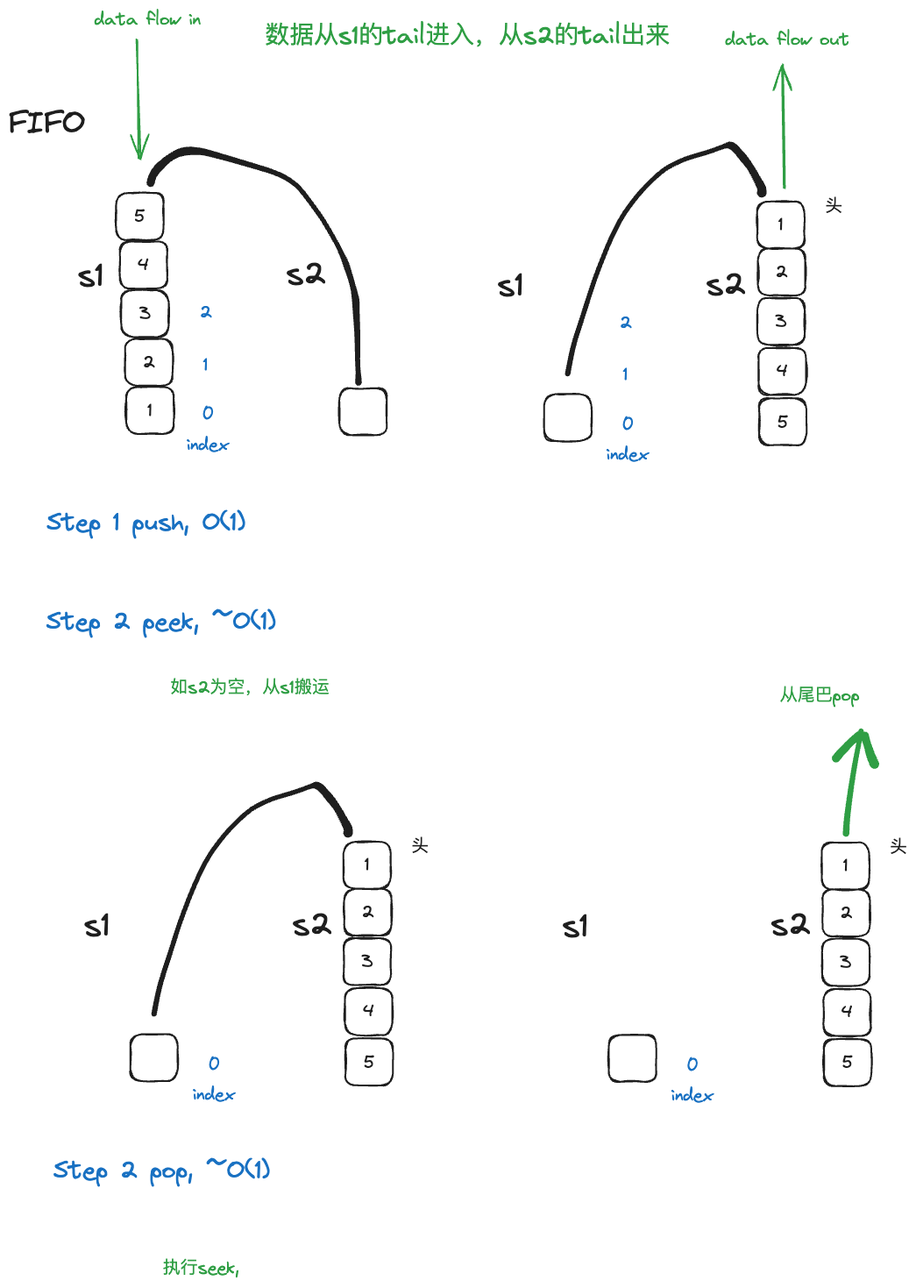
Above: leetcode_with_adam/docs/leetcode/232-implement-queue-using-stacks/assets/2.excalidraw.png in a4lamber/Leetcode (Excalidraw), before the change. Source tidied: one line per element, renumbered; positions are measured from the earlier drawing's top-left corner, leaving out a move shared by most shapes. Its diagram source:
```json
{"id": 0, "type": "rectangle", "strokeColor": "#1e1e1e", "strokeWidth": 2, "roughness": 1, "round": true, "x": 134, "y": 432, "width": 54, "height": 54}
{"id": 1, "type": "text", "text": "1", "strokeColor": "#1e1e1e", "strokeWidth": 2, "roughness": 1, "fontSize": 20, "fontFamily": 1, "textAlign": "center", "verticalAlign": "middle", "inside": 0, "x": 158, "y": 446, "width": 5, "height": 25}
{"id": 2, "type": "rectangle", "strokeColor": "#1e1e1e", "strokeWidth": 2, "roughness": 1, "round": true, "x": 133, "y": 376, "width": 54, "height": 54}
{"id": 3, "type": "text", "text": "2", "strokeColor": "#1e1e1e", "strokeWidth": 2, "roughness": 1, "fontSize": 20, "fontFamily": 1, "textAlign": "center", "verticalAlign": "middle", "inside": 2, "x": 153, "y": 391, "width": 14, "height": 25}
{"id": 4, "type": "rectangle", "strokeColor": "#1e1e1e", "strokeWidth": 2, "roughness": 1, "round": true, "x": 128, "y": 321, "width": 54, "height": 54}
{"id": 5, "type": "text", "text": "3", "strokeColor": "#1e1e1e", "strokeWidth": 2, "roughness": 1, "fontSize": 20, "fontFamily": 1, "textAlign": "center", "verticalAlign": "middle", "inside": 4, "x": 149, "y": 335, "width": 14, "height": 25}
{"id": 6, "type": "text", "text": "s1", "strokeColor": "#1e1e1e", "strokeWidth": 2, "roughness": 1, "fontSize": 36, "fontFamily": 1, "x": 79, "y": 283, "width": 29, "height": 45}
{"id": 7, "type": "text", "text": "FIFO", "strokeColor": "#1e1e1e", "strokeWidth": 1, "roughness": 1, "fontSize": 36, "fontFamily": 1, "x": 0, "y": 109, "width": 87, "height": 45}
{"id": 8, "type": "rectangle", "strokeColor": "#1e1e1e", "strokeWidth": 2, "roughness": 1, "round": true, "x": 377, "y": 433, "width": 54, "height": 54}
{"id": 9, "type": "text", "text": "s2", "strokeColor": "#1e1e1e", "strokeWidth": 2, "roughness": 1, "fontSize": 36, "fontFamily": 1, "x": 317, "y": 281, "width": 45, "height": 45}
{"id": 10, "type": "text", "text": "index", "strokeColor": "#1971c2", "strokeWidth": 1, "roughness": 1, "fontSize": 20, "fontFamily": 1, "x": 203, "y": 485, "width": 47, "height": 25}
{"id": 11, "type": "text", "text": "0", "strokeColor": "#1971c2", "strokeWidth": 1, "roughness": 1, "fontSize": 20, "fontFamily": 1, "x": 221, "y": 450, "width": 14, "height": 25}
{"id": 12, "type": "text", "text": "1", "strokeColor": "#1971c2", "strokeWidth": 1, "roughness": 1, "fontSize": 20, "fontFamily": 1, "x": 222, "y": 394, "width": 5, "height": 25}
{"id": 13, "type": "text", "text": "2", "strokeColor": "#1971c2", "strokeWidth": 1, "roughness": 1, "fontSize": 20, "fontFamily": 1, "x": 218, "y": 334, "width": 14, "height": 25}
{"id": 14, "type": "text", "text": "Step 1 push, O(1)\n\n", "strokeColor": "#1971c2", "strokeWidth": 1, "roughness": 1, "fontSize": 28, "fontFamily": 1, "x": 43, "y": 569, "width": 226, "height": 105}
{"id": 15, "type": "rectangle", "strokeColor": "#1e1e1e", "strokeWidth": 2, "roughness": 1, "round": true, "x": 854, "y": 220, "width": 54, "height": 54}
{"id": 16, "type": "text", "text": "1", "strokeColor": "#1e1e1e", "strokeWidth": 2, "roughness": 1, "fontSize": 20, "fontFamily": 1, "textAlign": "center", "verticalAlign": "middle", "inside": 15, "x": 878, "y": 234, "width": 5, "height": 25}
{"id": 17, "type": "rectangle", "strokeColor": "#1e1e1e", "strokeWidth": 2, "roughness": 1, "round": true, "x": 855, "y": 274, "width": 54, "height": 54}
{"id": 18, "type": "text", "text": "2", "strokeColor": "#1e1e1e", "strokeWidth": 2, "roughness": 1, "fontSize": 20, "fontFamily": 1, "textAlign": "center", "verticalAlign": "middle", "inside": 17, "x": 874, "y": 288, "width": 14, "height": 25}
{"id": 19, "type": "rectangle", "strokeColor": "#1e1e1e", "strokeWidth": 2, "roughness": 1, "round": true, "x": 854, "y": 330, "width": 54, "height": 54}
{"id": 20, "type": "text", "text": "3", "strokeColor": "#1e1e1e", "strokeWidth": 2, "roughness": 1, "fontSize": 20, "fontFamily": 1, "textAlign": "center", "verticalAlign": "middle", "inside": 19, "x": 874, "y": 344, "width": 14, "height": 25}
{"id": 21, "type": "text", "text": "s1", "strokeColor": "#1e1e1e", "strokeWidth": 2, "roughness": 1, "fontSize": 36, "fontFamily": 1, "x": 558, "y": 294, "width": 29, "height": 45}
{"id": 22, "type": "rectangle", "strokeColor": "#1e1e1e", "strokeWidth": 2, "roughness": 1, "round": true, "x": 856, "y": 444, "width": 54, "height": 54}
{"id": 23, "type": "text", "text": "5", "strokeColor": "#1e1e1e", "strokeWidth": 2, "roughness": 1, "fontSize": 20, "fontFamily": 1, "textAlign": "center", "verticalAlign": "middle", "inside": 22, "x": 877, "y": 459, "width": 12, "height": 25}
{"id": 24, "type": "text", "text": "s2", "strokeColor": "#1e1e1e", "strokeWidth": 2, "roughness": 1, "fontSize": 36, "fontFamily": 1, "x": 796, "y": 293, "width": 45, "height": 45}
{"id": 25, "type": "text", "text": "index", "strokeColor": "#1971c2", "strokeWidth": 1, "roughness": 1, "fontSize": 20, "fontFamily": 1, "x": 682, "y": 496, "width": 47, "height": 25}
{"id": 26, "type": "text", "text": "0", "strokeColor": "#1971c2", "strokeWidth": 1, "roughness": 1, "fontSize": 20, "fontFamily": 1, "x": 700, "y": 462, "width": 14, "height": 25}
{"id": 27, "type": "text", "text": "1", "strokeColor": "#1971c2", "strokeWidth": 1, "roughness": 1, "fontSize": 20, "fontFamily": 1, "x": 701, "y": 405, "width": 5, "height": 25}
{"id": 28, "type": "text", "text": "2", "strokeColor": "#1971c2", "strokeWidth": 1, "roughness": 1, "fontSize": 20, "fontFamily": 1, "x": 697, "y": 346, "width": 14, "height": 25}
{"id": 29, "type": "text", "text": "头", "strokeColor": "#1e1e1e", "strokeWidth": 2, "roughness": 1, "fontSize": 20, "fontFamily": 1, "x": 931, "y": 213, "width": 20, "height": 25}
{"id": 30, "type": "rectangle", "strokeColor": "#1e1e1e", "strokeWidth": 2, "roughness": 1, "round": true, "x": 127, "y": 266, "width": 54, "height": 54}
{"id": 31, "type": "text", "text": "4", "strokeColor": "#1e1e1e", "strokeWidth": 2, "roughness": 1, "fontSize": 20, "fontFamily": 1, "textAlign": "center", "verticalAlign": "middle", "inside": 30, "x": 147, "y": 280, "width": 13, "height": 25}
{"id": 32, "type": "rectangle", "strokeColor": "#1e1e1e", "strokeWidth": 2, "roughness": 1, "round": true, "x": 122, "y": 210, "width": 54, "height": 54}
{"id": 33, "type": "text", "text": "5", "strokeColor": "#1e1e1e", "strokeWidth": 2, "roughness": 1, "fontSize": 20, "fontFamily": 1, "textAlign": "center", "verticalAlign": "middle", "inside": 32, "x": 143, "y": 224, "width": 12, "height": 25}
{"id": 34, "type": "rectangle", "strokeColor": "#1e1e1e", "strokeWidth": 2, "roughness": 1, "round": true, "x": 855, "y": 387, "width": 54, "height": 54}
{"id": 35, "type": "text", "text": "4", "strokeColor": "#1e1e1e", "strokeWidth": 2, "roughness": 1, "fontSize": 20, "fontFamily": 1, "textAlign": "center", "verticalAlign": "middle", "inside": 34, "x": 876, "y": 401, "width": 13, "height": 25}
{"id": 36, "type": "freedraw", "strokeColor": "#1e1e1e", "strokeWidth": 2, "roughness": 1, "x": 162, "y": 199, "width": 237, "height": 265, "points": [[0, 0], [0, -1], [0, -3], [2, -10], [9, -18], [21, -29], [32, -34], [37, -36], [47, -37], [69, -34], [101, -24], [148, -10], [162, -2], [175, 10], [194, 39], [204, 54], [218, 79], [222, 89], [226, 101], [232, 123], [234, 127], [235, 139], [236, 172], [236, 194], [236, 212], [237, 224], [237, 228], [237, 228]]}
{"id": 37, "type": "rectangle", "strokeColor": "#1e1e1e", "strokeWidth": 2, "roughness": 1, "round": true, "x": 611, "y": 439, "width": 54, "height": 54}
{"id": 38, "type": "freedraw", "strokeColor": "#1e1e1e", "strokeWidth": 2, "roughness": 1, "x": 638, "y": 416, "width": 221, "height": 262, "points": [[0, 0], [1, -11], [11, -50], [28, -99], [47, -150], [61, -178], [74, -197], [100, -225], [113, -236], [131, -243], [151, -250], [168, -255], [184, -261], [186, -262], [187, -261], [195, -253], [201, -245], [212, -231], [216, -222], [220, -216], [221, -213], [221, -212], [221, -212], [221, -211], [221, -210], [221, -210], [221, -208], [221, -208], [221, -207], [221, -206]]}
{"id": 39, "type": "arrow", "strokeColor": "#2f9e44", "strokeWidth": 2, "roughness": 1, "endArrowhead": "arrow", "round": true, "from": 40, "x": 146, "y": 37, "width": 3, "height": 134, "points": [[0, 0], [3, 134]]}
{"id": 40, "type": "text", "text": "data flow in", "strokeColor": "#2f9e44", "strokeWidth": 2, "roughness": 1, "fontSize": 20, "fontFamily": 1, "x": 98, "y": 0, "width": 121, "height": 25}
{"id": 41, "type": "arrow", "strokeColor": "#2f9e44", "strokeWidth": 2, "roughness": 1, "endArrowhead": "arrow", "round": true, "x": 885, "y": 204, "width": 2, "height": 140, "points": [[0, 0], [-2, -140]]}
{"id": 42, "type": "text", "text": "data flow out", "strokeColor": "#2f9e44", "strokeWidth": 2, "roughness": 1, "fontSize": 20, "fontFamily": 1, "x": 818, "y": 23, "width": 141, "height": 25}
{"id": 43, "type": "text", "text": "Step 2 peek, ~O(1)\n\n", "strokeColor": "#1971c2", "strokeWidth": 1, "roughness": 1, "fontSize": 28, "fontFamily": 1, "x": 43, "y": 682, "width": 262, "height": 105}
{"id": 44, "type": "rectangle", "strokeColor": "#1e1e1e", "strokeWidth": 2, "roughness": 1, "round": true, "x": 382, "y": 950, "width": 54, "height": 54}
{"id": 45, "type": "text", "text": "1", "strokeColor": "#1e1e1e", "strokeWidth": 2, "roughness": 1, "fontSize": 20, "fontFamily": 1, "textAlign": "center", "verticalAlign": "middle", "inside": 44, "x": 406, "y": 964, "width": 5, "height": 25}
{"id": 46, "type": "rectangle", "strokeColor": "#1e1e1e", "strokeWidth": 2, "roughness": 1, "round": true, "x": 383, "y": 1004, "width": 54, "height": 54}
{"id": 47, "type": "text", "text": "2", "strokeColor": "#1e1e1e", "strokeWidth": 2, "roughness": 1, "fontSize": 20, "fontFamily": 1, "textAlign": "center", "verticalAlign": "middle", "inside": 46, "x": 403, "y": 1018, "width": 14, "height": 25}
{"id": 48, "type": "rectangle", "strokeColor": "#1e1e1e", "strokeWidth": 2, "roughness": 1, "round": true, "x": 382, "y": 1060, "width": 54, "height": 54}
{"id": 49, "type": "text", "text": "3", "strokeColor": "#1e1e1e", "strokeWidth": 2, "roughness": 1, "fontSize": 20, "fontFamily": 1, "textAlign": "center", "verticalAlign": "middle", "inside": 48, "x": 402, "y": 1074, "width": 14, "height": 25}
{"id": 50, "type": "text", "text": "s1", "strokeColor": "#1e1e1e", "strokeWidth": 2, "roughness": 1, "fontSize": 36, "fontFamily": 1, "x": 86, "y": 1024, "width": 29, "height": 45}
{"id": 51, "type": "rectangle", "strokeColor": "#1e1e1e", "strokeWidth": 2, "roughness": 1, "round": true, "x": 384, "y": 1174, "width": 54, "height": 54}
{"id": 52, "type": "text", "text": "5", "strokeColor": "#1e1e1e", "strokeWidth": 2, "roughness": 1, "fontSize": 20, "fontFamily": 1, "textAlign": "center", "verticalAlign": "middle", "inside": 51, "x": 405, "y": 1189, "width": 12, "height": 25}
{"id": 53, "type": "text", "text": "s2", "strokeColor": "#1e1e1e", "strokeWidth": 2, "roughness": 1, "fontSize": 36, "fontFamily": 1, "x": 324, "y": 1023, "width": 45, "height": 45}
{"id": 54, "type": "text", "text": "index", "strokeColor": "#1971c2", "strokeWidth": 1, "roughness": 1, "fontSize": 20, "fontFamily": 1, "x": 210, "y": 1226, "width": 47, "height": 25}
{"id": 55, "type": "text", "text": "0", "strokeColor": "#1971c2", "strokeWidth": 1, "roughness": 1, "fontSize": 20, "fontFamily": 1, "x": 228, "y": 1192, "width": 14, "height": 25}
{"id": 56, "type": "text", "text": "头", "strokeColor": "#1e1e1e", "strokeWidth": 2, "roughness": 1, "fontSize": 20, "fontFamily": 1, "x": 459, "y": 943, "width": 20, "height": 25}
{"id": 57, "type": "rectangle", "strokeColor": "#1e1e1e", "strokeWidth": 2, "roughness": 1, "round": true, "x": 384, "y": 1117, "width": 54, "height": 54}
{"id": 58, "type": "text", "text": "4", "strokeColor": "#1e1e1e", "strokeWidth": 2, "roughness": 1, "fontSize": 20, "fontFamily": 1, "textAlign": "center", "verticalAlign": "middle", "inside": 57, "x": 404, "y": 1131, "width": 13, "height": 25}
{"id": 59, "type": "rectangle", "strokeColor": "#1e1e1e", "strokeWidth": 2, "roughness": 1, "round": true, "x": 139, "y": 1170, "width": 54, "height": 54}
{"id": 60, "type": "freedraw", "strokeColor": "#1e1e1e", "strokeWidth": 2, "roughness": 1, "x": 166, "y": 1146, "width": 221, "height": 262, "points": [[0, 0], [1, -11], [11, -50], [28, -99], [47, -150], [61, -178], [74, -197], [100, -225], [113, -236], [131, -243], [151, -250], [168, -255], [184, -261], [186, -262], [187, -261], [195, -253], [201, -245], [212, -231], [216, -222], [220, -216], [221, -213], [221, -212], [221, -212], [221, -211], [221, -210], [221, -210], [221, -208], [221, -208], [221, -207], [221, -206]]}
{"id": 61, "type": "text", "text": "如s2为空，从s1搬运", "strokeColor": "#2f9e44", "strokeWidth": 2, "roughness": 1, "fontSize": 20, "fontFamily": 1, "x": 184, "y": 762, "width": 181, "height": 25}
{"id": 62, "type": "text", "text": "数据从s1的tail进入，从s2的tail出来", "strokeColor": "#2f9e44", "strokeWidth": 2, "roughness": 1, "fontSize": 28, "fontFamily": 1, "x": 292, "y": 14, "width": 462, "height": 35}
{"id": 63, "type": "rectangle", "strokeColor": "#1e1e1e", "strokeWidth": 2, "roughness": 1, "round": true, "x": 928, "y": 951, "width": 54, "height": 54}
{"id": 64, "type": "text", "text": "1", "strokeColor": "#1e1e1e", "strokeWidth": 2, "roughness": 1, "fontSize": 20, "fontFamily": 1, "textAlign": "center", "verticalAlign": "middle", "inside": 63, "x": 952, "y": 965, "width": 5, "height": 25}
{"id": 65, "type": "rectangle", "strokeColor": "#1e1e1e", "strokeWidth": 2, "roughness": 1, "round": true, "x": 928, "y": 1004, "width": 54, "height": 54}
{"id": 66, "type": "text", "text": "2", "strokeColor": "#1e1e1e", "strokeWidth": 2, "roughness": 1, "fontSize": 20, "fontFamily": 1, "textAlign": "center", "verticalAlign": "middle", "inside": 65, "x": 948, "y": 1019, "width": 14, "height": 25}
{"id": 67, "type": "rectangle", "strokeColor": "#1e1e1e", "strokeWidth": 2, "roughness": 1, "round": true, "x": 928, "y": 1061, "width": 54, "height": 54}
{"id": 68, "type": "text", "text": "3", "strokeColor": "#1e1e1e", "strokeWidth": 2, "roughness": 1, "fontSize": 20, "fontFamily": 1, "textAlign": "center", "verticalAlign": "middle", "inside": 67, "x": 948, "y": 1075, "width": 14, "height": 25}
{"id": 69, "type": "text", "text": "s1", "strokeColor": "#1e1e1e", "strokeWidth": 2, "roughness": 1, "fontSize": 36, "fontFamily": 1, "x": 632, "y": 1025, "width": 29, "height": 45}
{"id": 70, "type": "rectangle", "strokeColor": "#1e1e1e", "strokeWidth": 2, "roughness": 1, "round": true, "x": 930, "y": 1175, "width": 54, "height": 54}
{"id": 71, "type": "text", "text": "5", "strokeColor": "#1e1e1e", "strokeWidth": 2, "roughness": 1, "fontSize": 20, "fontFamily": 1, "textAlign": "center", "verticalAlign": "middle", "inside": 70, "x": 951, "y": 1189, "width": 12, "height": 25}
{"id": 72, "type": "text", "text": "s2", "strokeColor": "#1e1e1e", "strokeWidth": 2, "roughness": 1, "fontSize": 36, "fontFamily": 1, "x": 870, "y": 1023, "width": 45, "height": 45}
{"id": 73, "type": "text", "text": "index", "strokeColor": "#1971c2", "strokeWidth": 1, "roughness": 1, "fontSize": 20, "fontFamily": 1, "x": 756, "y": 1227, "width": 47, "height": 25}
{"id": 74, "type": "text", "text": "0", "strokeColor": "#1971c2", "strokeWidth": 1, "roughness": 1, "fontSize": 20, "fontFamily": 1, "x": 774, "y": 1193, "width": 14, "height": 25}
{"id": 75, "type": "text", "text": "头", "strokeColor": "#1e1e1e", "strokeWidth": 2, "roughness": 1, "fontSize": 20, "fontFamily": 1, "x": 1005, "y": 944, "width": 20, "height": 25}
{"id": 76, "type": "rectangle", "strokeColor": "#1e1e1e", "strokeWidth": 2, "roughness": 1, "round": true, "x": 929, "y": 1118, "width": 54, "height": 54}
{"id": 77, "type": "text", "text": "4", "strokeColor": "#1e1e1e", "strokeWidth": 2, "roughness": 1, "fontSize": 20, "fontFamily": 1, "textAlign": "center", "verticalAlign": "middle", "inside": 76, "x": 950, "y": 1132, "width": 13, "height": 25}
{"id": 78, "type": "rectangle", "strokeColor": "#1e1e1e", "strokeWidth": 2, "roughness": 1, "round": true, "x": 685, "y": 1170, "width": 54, "height": 54}
{"id": 79, "type": "freedraw", "strokeColor": "#2f9e44", "strokeWidth": 2, "roughness": 1, "x": 955, "y": 941, "width": 17, "height": 117, "points": [[0, 0], [0, -1], [0, -12], [1, -27], [7, -64], [10, -79], [13, -94], [17, -116], [17, -117], [17, -117], [17, -117], [17, -117]]}
{"id": 80, "type": "freedraw", "strokeColor": "#2f9e44", "strokeWidth": 2, "roughness": 1, "x": 969, "y": 829, "width": 26, "height": 26, "points": [[0, 0], [0, 0], [-2, 1], [-7, 5], [-11, 9], [-14, 12], [-17, 16], [-17, 16], [-24, 23], [-25, 25], [-25, 25], [-26, 25], [-26, 26], [-26, 26]]}
{"id": 81, "type": "freedraw", "strokeColor": "#2f9e44", "strokeWidth": 2, "roughness": 1, "x": 976, "y": 829, "width": 11, "height": 32, "points": [[0, 0], [2, 6], [2, 7], [5, 14], [5, 16], [6, 19], [7, 23], [9, 28], [10, 29], [10, 29], [11, 30], [11, 32], [11, 32], [11, 32]]}
{"id": 82, "type": "text", "text": "从尾巴pop", "strokeColor": "#2f9e44", "strokeWidth": 2, "roughness": 1, "fontSize": 20, "fontFamily": 1, "x": 880, "y": 771, "width": 91, "height": 25}
{"id": 83, "type": "text", "text": "Step 2 pop, ~O(1)\n\n", "strokeColor": "#1971c2", "strokeWidth": 1, "roughness": 1, "fontSize": 28, "fontFamily": 1, "x": 51, "y": 1308, "width": 247, "height": 105}
{"id": 84, "type": "text", "text": "执行seek, ", "strokeColor": "#2f9e44", "strokeWidth": 2, "roughness": 1, "fontSize": 20, "fontFamily": 1, "x": 176, "y": 1424, "width": 98, "height": 25}
```
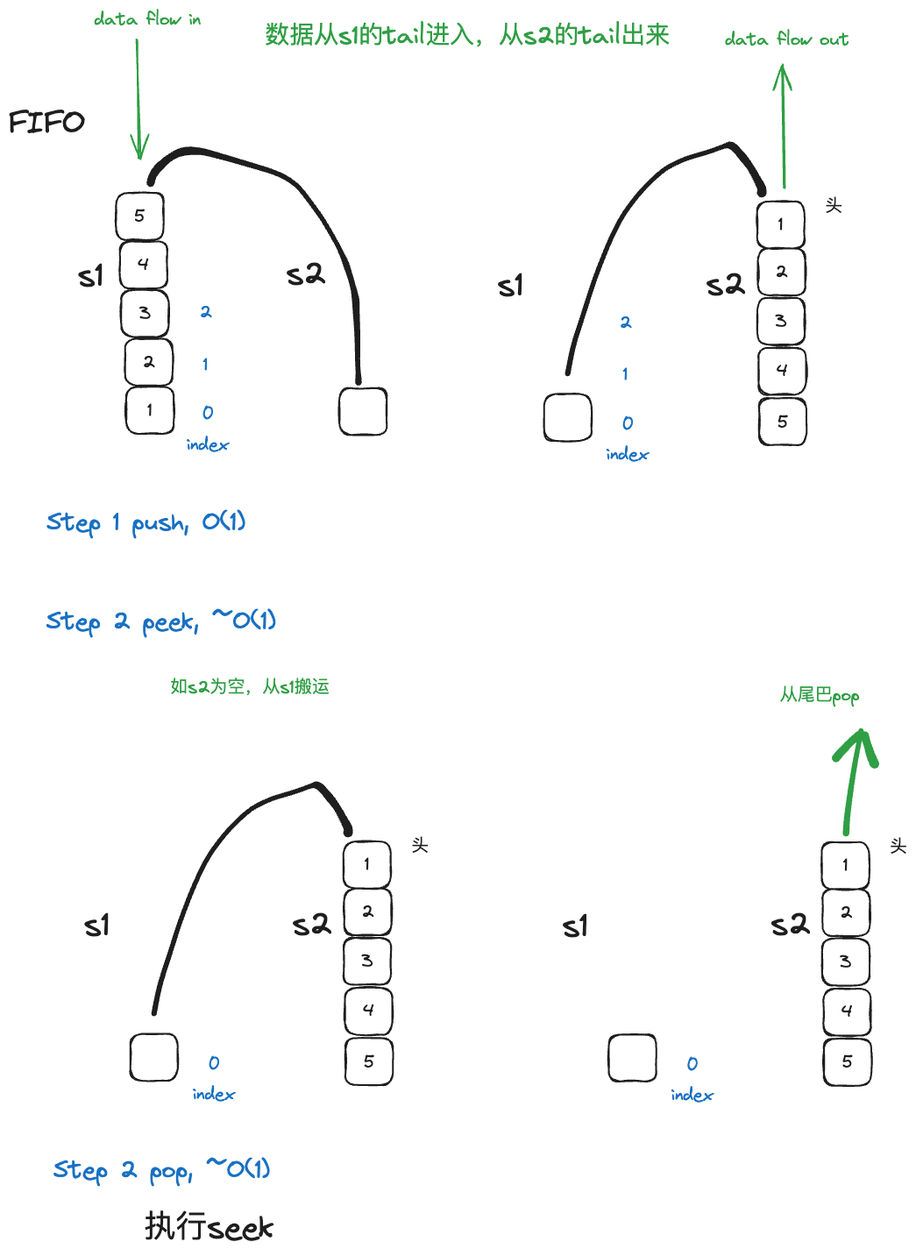
The same diagram one commit later.

The edit, as a diff of the source:
```diff
@@ -82,4 +82,4 @@
 {"id": 81, "type": "freedraw", "strokeColor": "#2f9e44", "strokeWidth": 2, "roughness": 1, "x": 976, "y": 829, "width": 11, "height": 32, "points": [[0, 0], [2, 6], [2, 7], [5, 14], [5, 16], [6, 19], [7, 23], [9, 28], [10, 29], [10, 29], [11, 30], [11, 32], [11, 32], [11, 32]]}
 {"id": 82, "type": "text", "text": "从尾巴pop", "strokeColor": "#2f9e44", "strokeWidth": 2, "roughness": 1, "fontSize": 20, "fontFamily": 1, "x": 880, "y": 771, "width": 91, "height": 25}
 {"id": 83, "type": "text", "text": "Step 2 pop, ~O(1)\n\n", "strokeColor": "#1971c2", "strokeWidth": 1, "roughness": 1, "fontSize": 28, "fontFamily": 1, "x": 51, "y": 1308, "width": 247, "height": 105}
-{"id": 84, "type": "text", "text": "执行seek, ", "strokeColor": "#2f9e44", "strokeWidth": 2, "roughness": 1, "fontSize": 20, "fontFamily": 1, "x": 176, "y": 1424, "width": 98, "height": 25}
+{"id": 84, "type": "text", "text": "执行seek", "strokeColor": "#1e1e1e", "strokeWidth": 2, "roughness": 1, "fontSize": 36, "fontFamily": 1, "x": 155, "y": 1369, "width": 148, "height": 45}
```
